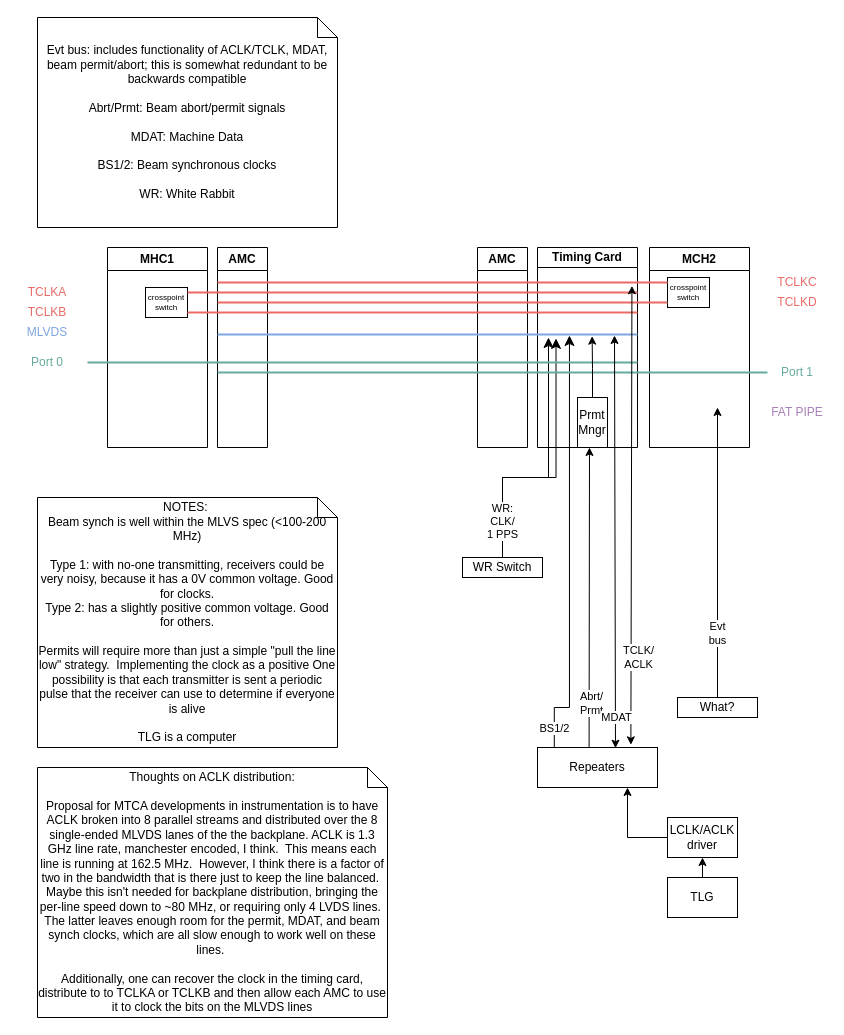
Before: ACORN_DAC_timing.drawio in awhitbeck/drawio, a draw.io diagram. Source tidied: cells renumbered, new cells numbered last; positions are measured from the earlier drawing's top-left corner, leaving out a move shared by most shapes. Both pictures are drawn from the tidied source at 100%, with x=0, y=0 at pixel (17, 17).
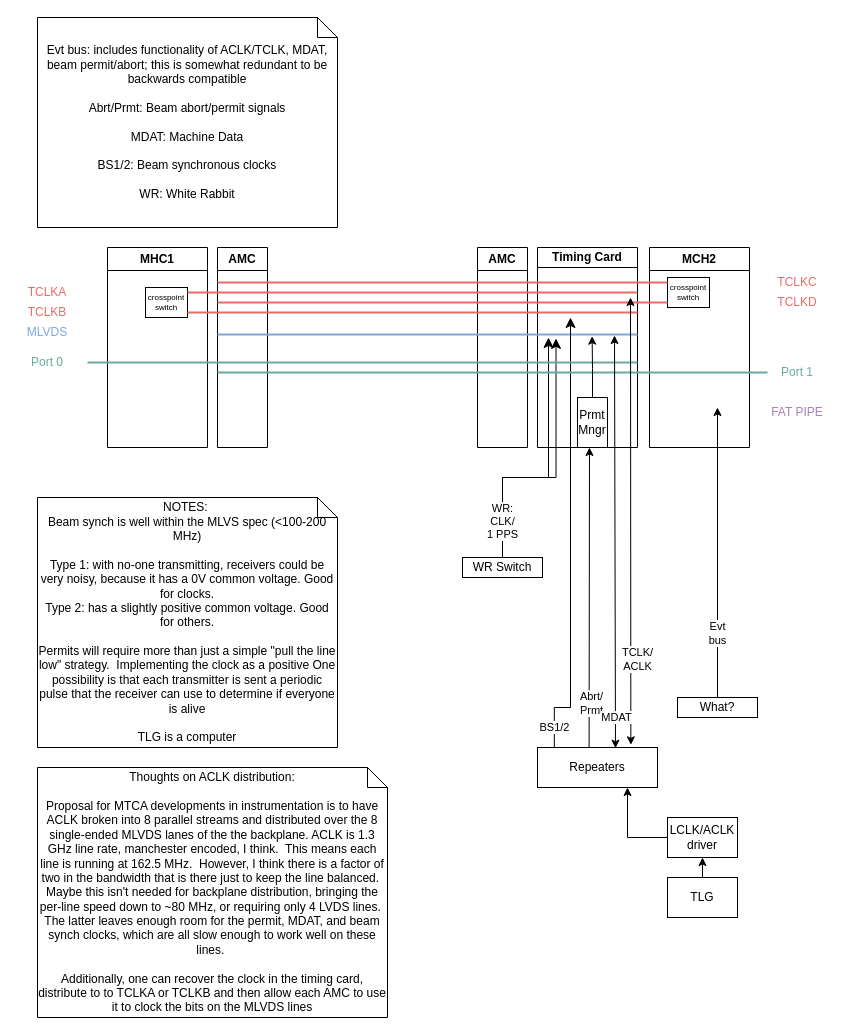
Above is the later version.

Unchanged cells that the change refers to:
```xml
<mxCell id="17" style="line;strokeWidth=2;html=1;strokeColor=#EA6B66;" parent="1" vertex="1">
  <mxGeometry x="200" y="260" width="450" height="10" as="geometry" />
</mxCell>
<mxCell id="20" style="line;strokeWidth=2;html=1;strokeColor=#7EA6E0;fontColor=#7EA6E0;" parent="1" vertex="1">
  <mxGeometry x="200" y="312" width="420" height="10" as="geometry" />
</mxCell>
<mxCell id="32" value="Repeaters" style="rounded=0;whiteSpace=wrap;html=1;points=[[0,0,0,0,0],[0,0.25,0,0,0],[0,0.5,0,0,0],[0,0.75,0,0,0],[0,1,0,0,0],[0.14,0,0,0,0],[0.25,1,0,0,0],[0.29,0,0,0,0],[0.43,0,0,0,0],[0.5,1,0,0,0],[0.57,0,0,0,0],[0.71,0,0,0,0],[0.75,1,0,0,0],[0.86,0,0,0,0],[1,0,0,0,0],[1,0.25,0,0,0],[1,0.5,0,0,0],[1,0.75,0,0,0],[1,1,0,0,0]];" parent="1" vertex="1">
  <mxGeometry x="520" y="730" width="120" height="40" as="geometry" />
</mxCell>
```

What changed in the source:
```diff
@@
-    <mxCell id="23" value="BS1/2" style="edgeStyle=elbowEdgeStyle;elbow=vertical;endArrow=classic;html=1;curved=0;rounded=0;endSize=8;startSize=8;entryX=0.838;entryY=0.6;entryDx=0;entryDy=0;entryPerimeter=0;exitX=0.14;exitY=0;exitDx=0;exitDy=0;exitPerimeter=0;" parent="1" edge="1" source="32" target="20">
+    <mxCell id="23" value="BS1/2" style="edgeStyle=elbowEdgeStyle;elbow=vertical;endArrow=classic;html=1;curved=0;rounded=0;endSize=8;startSize=8;exitX=0.14;exitY=0;exitDx=0;exitDy=0;exitPerimeter=0;" parent="1" edge="1" source="32">
       <mxGeometry x="-0.91" relative="1" as="geometry">
+        <mxPoint x="553" y="300" as="targetPoint" />
         <Array as="points">
           <mxPoint x="550" y="690" />
         </Array>
       </mxGeometry>
     </mxCell>
@@
-    <mxCell id="28" value="TCLK/&lt;br&gt;ACLK" style="endArrow=classic;html=1;rounded=0;exitX=0.778;exitY=-0.067;exitDx=0;exitDy=0;exitPerimeter=0;startArrow=classic;startFill=1;entryX=0.921;entryY=0.835;entryDx=0;entryDy=0;entryPerimeter=0;" parent="1" edge="1" source="32" target="17">
-      <mxGeometry x="-0.62" y="-7" relative="1" as="geometry" />
+    <mxCell id="28" value="TCLK/&lt;br&gt;ACLK" style="endArrow=classic;html=1;rounded=0;exitX=0.778;exitY=-0.067;exitDx=0;exitDy=0;exitPerimeter=0;startArrow=classic;startFill=1;" parent="1" edge="1" source="32">
+      <mxGeometry x="-0.62" y="-7" relative="1" as="geometry">
+        <mxPoint x="613" y="280" as="targetPoint" />
+      </mxGeometry>
     </mxCell>
```
